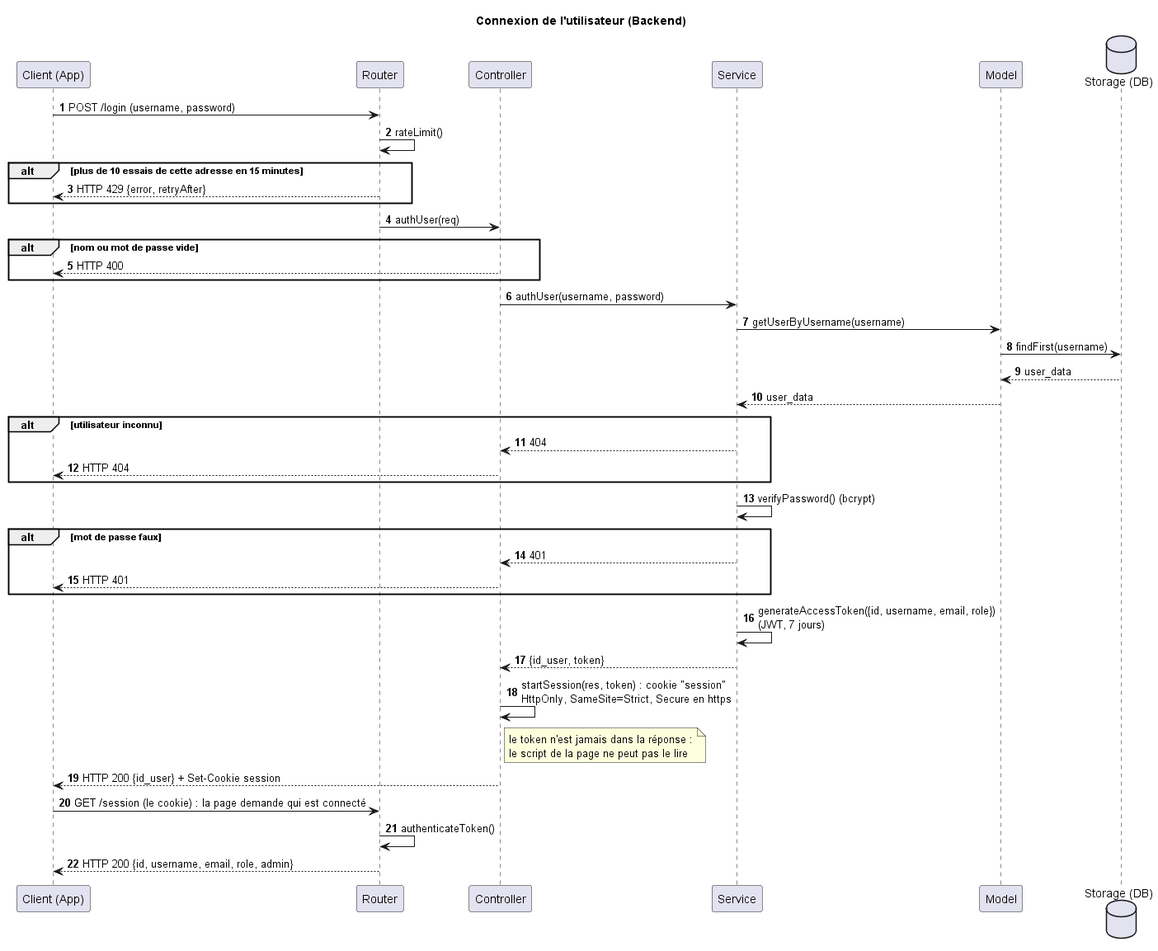
TPI2026-NewsGenerator/NewsGenerator-Backend keeps this PlantUML diagram as docs/accounts/login-sequence-diagram.png. Above is the earlier version. The source it was exported from:
```plantuml
@startuml
title Connexion de l'utilisateur (Backend)
autonumber

participant "Client (App)" as Client
participant "Router" as Router
participant "Controller" as Controller
participant "Service" as Service
participant "Model" as Model
database "Storage (DB)" as Storage

Client -> Router : POST /login (username, password)
Router -> Router : rateLimit()
alt plus de 10 essais de cette adresse en 15 minutes
    Router --> Client : HTTP 429 {error, retryAfter}
end
Router -> Controller : authUser(req)
alt nom ou mot de passe vide
    Controller --> Client : HTTP 400
end
Controller -> Service : authUser(username, password)
Service -> Model : getUserByUsername(username)
Model -> Storage : findFirst(username)
Storage --> Model : user_data
Model --> Service : user_data
alt utilisateur inconnu
    Service --> Controller : 404
    Controller --> Client : HTTP 404
end
Service -> Service : verifyPassword() (bcrypt)
alt mot de passe faux
    Service --> Controller : 401
    Controller --> Client : HTTP 401
end
Service -> Service : generateAccessToken({id, username, email, role})\n(JWT, 7 jours)
Service --> Controller : {id_user, token}
Controller -> Controller : startSession(res, token) : cookie "session"\nHttpOnly, SameSite=Strict, Secure en https
note right of Controller : le token n'est jamais dans la réponse :\nle script de la page ne peut pas le lire
Controller --> Client : HTTP 200 {id_user} + Set-Cookie session
Client -> Router : GET /session (le cookie) : la page demande qui est connecté
Router -> Router : authenticateToken()
Router --> Client : HTTP 200 {id, username, email, role, admin}

@enduml
```
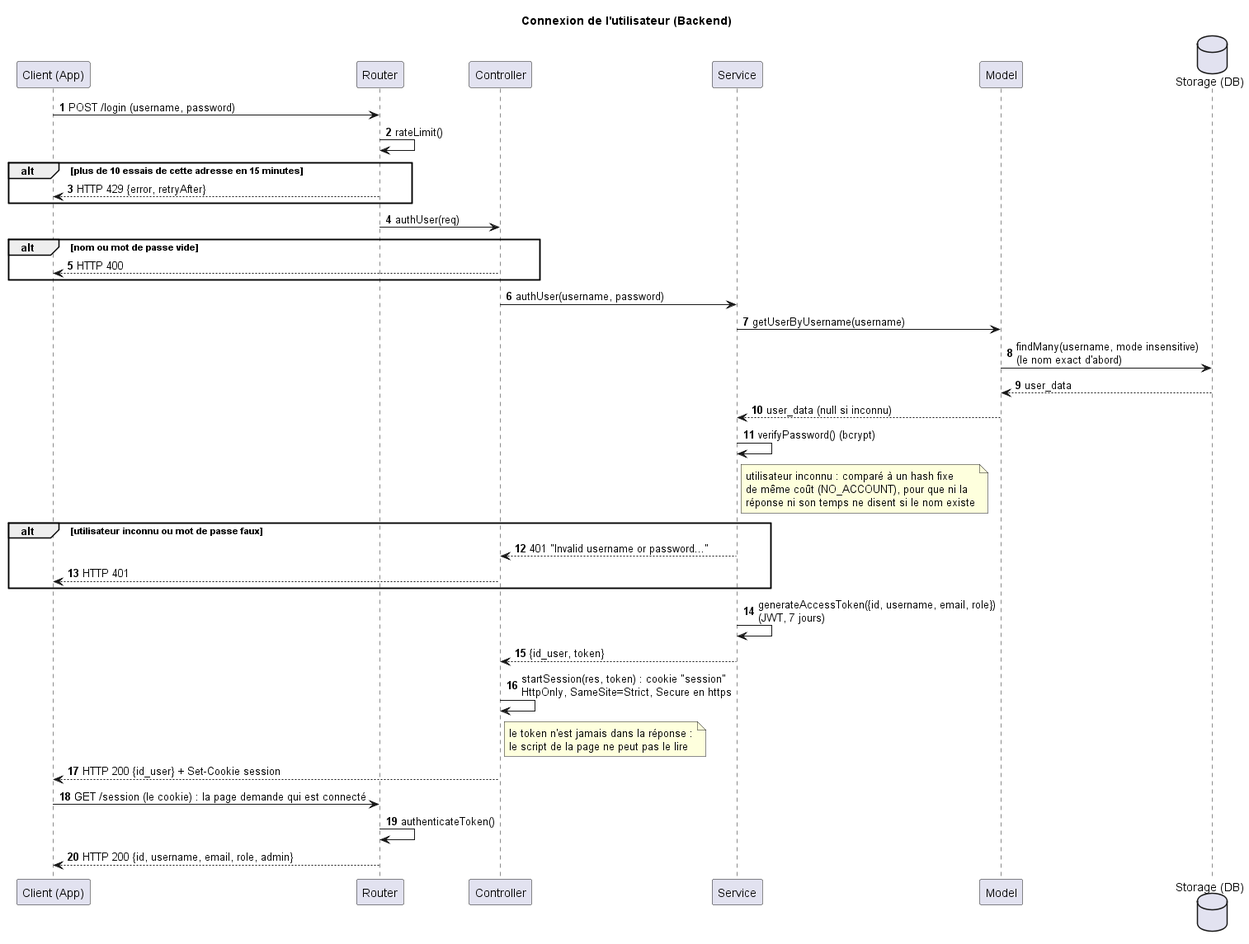
The same diagram one commit later.

The edit, as a diff of the source:
```diff
@@ -20,16 +20,13 @@
 end
 Controller -> Service : authUser(username, password)
 Service -> Model : getUserByUsername(username)
-Model -> Storage : findFirst(username)
+Model -> Storage : findMany(username, mode insensitive)\n(le nom exact d'abord)
 Storage --> Model : user_data
-Model --> Service : user_data
-alt utilisateur inconnu
-    Service --> Controller : 404
-    Controller --> Client : HTTP 404
-end
+Model --> Service : user_data (null si inconnu)
 Service -> Service : verifyPassword() (bcrypt)
-alt mot de passe faux
-    Service --> Controller : 401
+note right of Service : utilisateur inconnu : comparé à un hash fixe\nde même coût (NO_ACCOUNT), pour que ni la\nréponse ni son temps ne disent si le nom existe
+alt utilisateur inconnu ou mot de passe faux
+    Service --> Controller : 401 "Invalid username or password..."
     Controller --> Client : HTTP 401
 end
 Service -> Service : generateAccessToken({id, username, email, role})\n(JWT, 7 jours)
```
